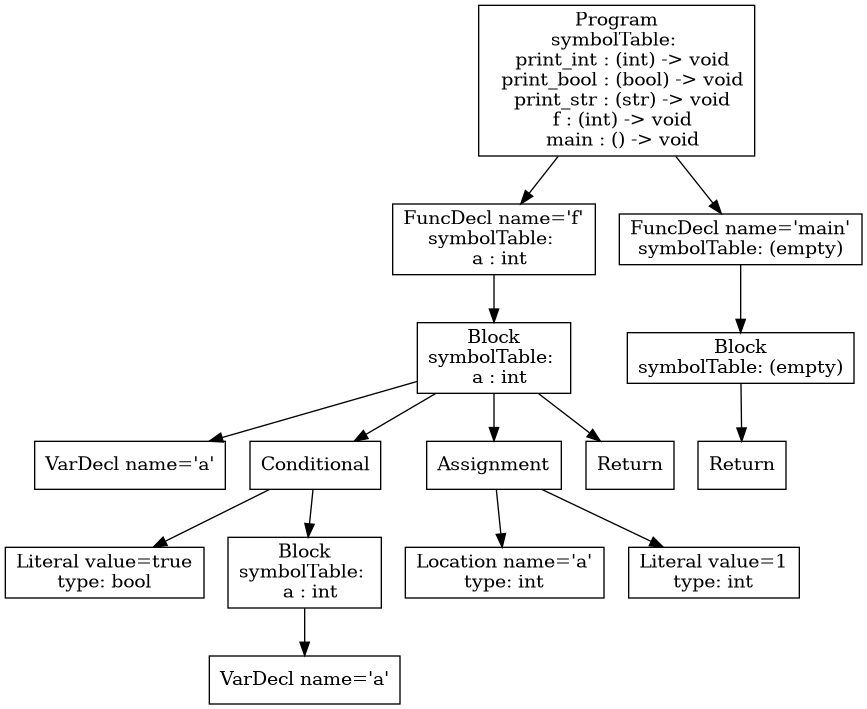
Earlier version of the Graphviz export p3-analysis/tree.png (purejerome/cs432_project). Its source is kept beside it as p3-analysis/tree.dot.
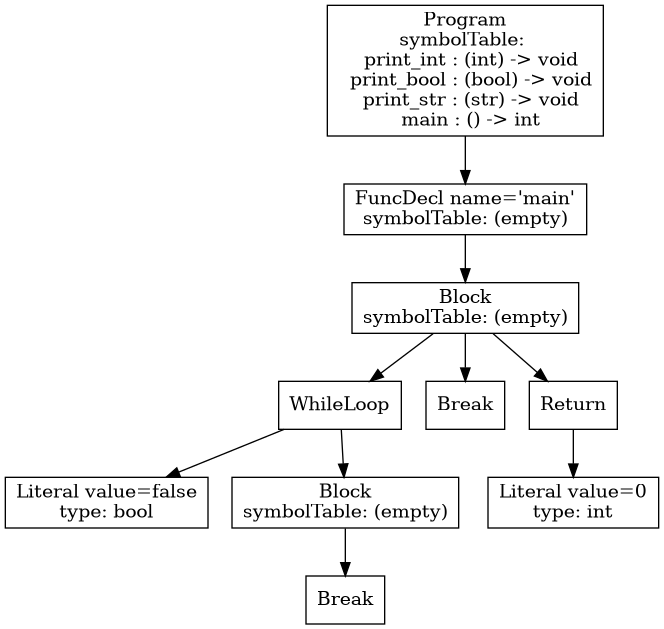
Above is the later version.

Diff of the diagram source:
```diff
@@ -1,31 +1,21 @@
 digraph AST {
-3 [shape=box, label="VarDecl name='a'"];
-5 [shape=box, label="Literal value=true\ntype: bool"];
-7 [shape=box, label="VarDecl name='a'"];
-6 [shape=box, label="Block\nsymbolTable: \n  a : int"];
-6 -> 7;
-4 [shape=box, label="Conditional"];
-4 -> 5;
-4 -> 6;
-9 [shape=box, label="Location name='a'\ntype: int"];
-10 [shape=box, label="Literal value=1\ntype: int"];
-8 [shape=box, label="Assignment"];
+4 [shape=box, label="Literal value=false\ntype: bool"];
+6 [shape=box, label="Break"];
+5 [shape=box, label="Block\nsymbolTable: (empty)"];
+5 -> 6;
+3 [shape=box, label="WhileLoop"];
+3 -> 4;
+3 -> 5;
+7 [shape=box, label="Break"];
+9 [shape=box, label="Literal value=0\ntype: int"];
+8 [shape=box, label="Return"];
 8 -> 9;
-8 -> 10;
-11 [shape=box, label="Return"];
-2 [shape=box, label="Block\nsymbolTable: \n  a : int"];
+2 [shape=box, label="Block\nsymbolTable: (empty)"];
 2 -> 3;
-2 -> 4;
+2 -> 7;
 2 -> 8;
-2 -> 11;
-1 [shape=box, label="FuncDecl name='f'\nsymbolTable: \n  a : int"];
+1 [shape=box, label="FuncDecl name='main'\nsymbolTable: (empty)"];
 1 -> 2;
-14 [shape=box, label="Return"];
-13 [shape=box, label="Block\nsymbolTable: (empty)"];
-13 -> 14;
-12 [shape=box, label="FuncDecl name='main'\nsymbolTable: (empty)"];
-12 -> 13;
-0 [shape=box, label="Program\nsymbolTable: \n  print_int : (int) -> void\n  print_bool : (bool) -> void\n  print_str : (str) -> void\n  f : (int) -> void\n  main : () -> void"];
+0 [shape=box, label="Program\nsymbolTable: \n  print_int : (int) -> void\n  print_bool : (bool) -> void\n  print_str : (str) -> void\n  main : () -> int"];
 0 -> 1;
-0 -> 12;
 }
```
